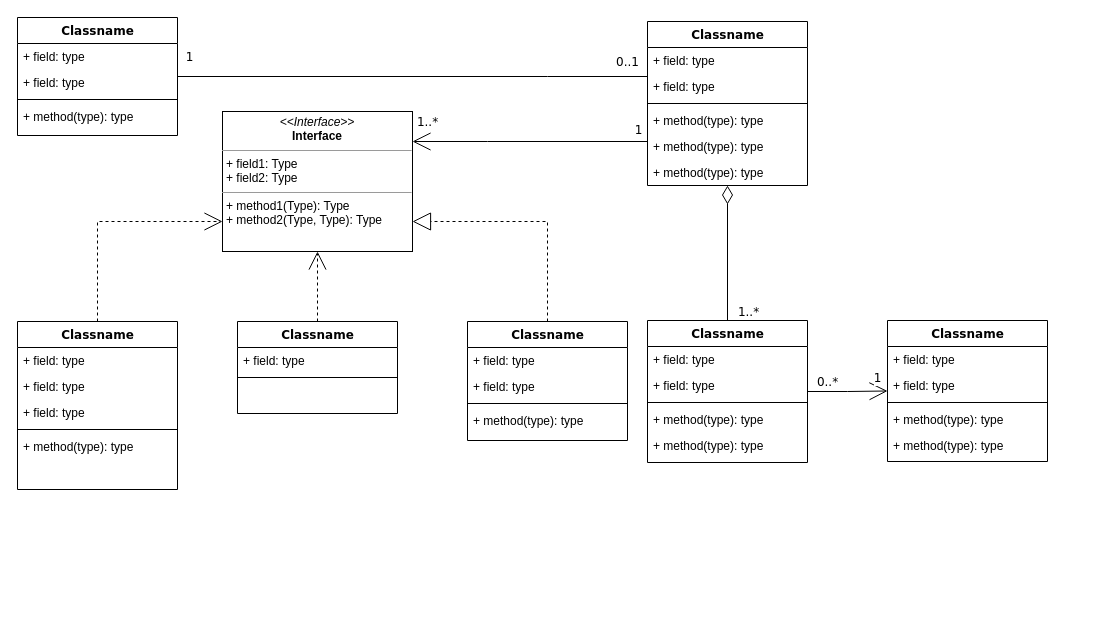
Earlier version of the draw.io diagram InvoiceCon_DC.drawio (fantinatto/draw.io). Source tidied: cells renumbered, new cells numbered last; positions are measured from the earlier drawing's top-left corner, leaving out a move shared by most shapes. Both pictures are drawn from the tidied source at 100%, with x=0, y=0 at pixel (17, 17).
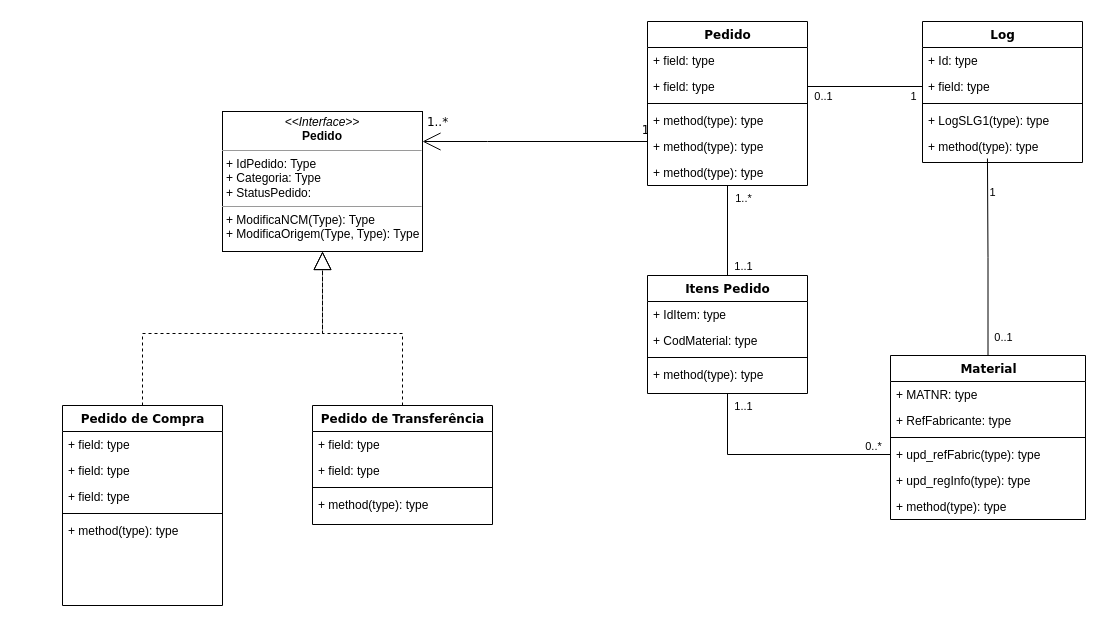
After the change.

The change refers to these unchanged cells:
```xml
<mxCell id="22" value="+ field: type" style="text;html=1;strokeColor=none;fillColor=none;align=left;verticalAlign=top;spacingLeft=4;spacingRight=4;whiteSpace=wrap;overflow=hidden;points=[[0,0.5],[1,0.5]];portConstraint=eastwest;" parent="20" vertex="1">
  <mxGeometry y="52" width="160" height="26" as="geometry" />
</mxCell>
```

Diff of the diagram source:
```diff
@@
-    <mxCell id="2" style="edgeStyle=orthogonalEdgeStyle;rounded=0;html=1;dashed=1;labelBackgroundColor=none;startArrow=none;startFill=0;startSize=8;endArrow=open;endFill=0;endSize=16;fontFamily=Verdana;fontSize=12;" parent="1" edge="1" source="3" target="54">
-      <mxGeometry relative="1" as="geometry">
-        <Array as="points">
-          <mxPoint x="80" y="204" />
-        </Array>
-      </mxGeometry>
+    <mxCell id="2" style="edgeStyle=orthogonalEdgeStyle;rounded=0;jettySize=auto;html=1;entryX=0.5;entryY=1;entryDx=0;entryDy=0;dashed=1;strokeColor=default;align=center;verticalAlign=middle;fontFamily=Verdana;fontSize=12;fontColor=default;labelBackgroundColor=none;startArrow=none;startFill=0;startSize=8;endArrow=block;endFill=0;endSize=16;" parent="1" edge="1" source="3" target="54">
+      <mxGeometry relative="1" as="geometry" />
     </mxCell>
-    <mxCell id="3" value="Classname" style="swimlane;html=1;fontStyle=1;align=center;verticalAlign=top;horizontal=1;startSize=26;swimlaneFillColor=#ffffff;rounded=0;shadow=0;comic=0;labelBackgroundColor=none;strokeWidth=1;fillColor=none;fontFamily=Verdana;fontSize=12;" parent="1" vertex="1">
-      <mxGeometry y="304" width="160" height="168" as="geometry" />
+    <mxCell id="3" value="Pedido de Compra" style="swimlane;html=1;fontStyle=1;align=center;verticalAlign=top;horizontal=1;startSize=26;swimlaneFillColor=#ffffff;rounded=0;shadow=0;comic=0;labelBackgroundColor=none;strokeWidth=1;fillColor=none;fontFamily=Verdana;fontSize=12;" parent="1" vertex="1">
+      <mxGeometry x="45" y="388" width="160" height="200" as="geometry" />
     </mxCell>
@@
+    <mxCell id="55" style="edgeStyle=orthogonalEdgeStyle;rounded=0;jettySize=auto;html=1;endArrow=none;endFill=0;" parent="1" edge="1" source="9" target="71">
+      <mxGeometry relative="1" as="geometry" />
+    </mxCell>
+    <mxCell id="56" value="1..1" style="edgeLabel;html=1;align=center;verticalAlign=middle;" parent="55" vertex="1">
+      <mxGeometry x="-0.88" relative="1" as="geometry">
+        <mxPoint x="15" y="-1" as="offset" />
+      </mxGeometry>
+    </mxCell>
+    <mxCell id="34" value="0..*" style="edgeLabel;html=1;align=center;verticalAlign=middle;" parent="55" vertex="1">
+      <mxGeometry x="0.84" y="1" relative="1" as="geometry">
+        <mxPoint y="-8" as="offset" />
+      </mxGeometry>
+    </mxCell>
-    <mxCell id="9" value="Classname" style="swimlane;html=1;fontStyle=1;align=center;verticalAlign=top;horizontal=1;startSize=26;swimlaneFillColor=#ffffff;rounded=0;shadow=0;comic=0;labelBackgroundColor=none;strokeWidth=1;fillColor=none;fontFamily=Verdana;fontSize=12;" parent="1" vertex="1">
-      <mxGeometry width="160" height="118" as="geometry" />
+    <mxCell id="9" value="Itens Pedido" style="swimlane;html=1;fontStyle=1;align=center;verticalAlign=top;horizontal=1;startSize=26;swimlaneFillColor=#ffffff;rounded=0;shadow=0;comic=0;labelBackgroundColor=none;strokeWidth=1;fillColor=none;fontFamily=Verdana;fontSize=12;" parent="1" vertex="1">
+      <mxGeometry x="630" y="258" width="160" height="118" as="geometry" />
     </mxCell>
-    <mxCell id="10" value="+ field: type" style="text;html=1;strokeColor=none;fillColor=none;align=left;verticalAlign=top;spacingLeft=4;spacingRight=4;whiteSpace=wrap;overflow=hidden;" parent="9" vertex="1">
+    <mxCell id="10" value="+ IdItem: type" style="text;html=1;strokeColor=none;fillColor=none;align=left;verticalAlign=top;spacingLeft=4;spacingRight=4;whiteSpace=wrap;overflow=hidden;" parent="9" vertex="1">
       <mxGeometry y="26" width="160" height="26" as="geometry" />
     </mxCell>
-    <mxCell id="11" value="+ field: type" style="text;html=1;strokeColor=none;fillColor=none;align=left;verticalAlign=top;spacingLeft=4;spacingRight=4;whiteSpace=wrap;overflow=hidden;" parent="9" vertex="1">
+    <mxCell id="11" value="+ CodMaterial: type" style="text;html=1;strokeColor=none;fillColor=none;align=left;verticalAlign=top;spacingLeft=4;spacingRight=4;whiteSpace=wrap;overflow=hidden;" parent="9" vertex="1">
       <mxGeometry y="52" width="160" height="26" as="geometry" />
     </mxCell>
@@
-    <mxCell id="17" style="edgeStyle=orthogonalEdgeStyle;rounded=0;html=1;labelBackgroundColor=none;startArrow=none;startFill=0;startSize=8;endArrow=none;endFill=0;endSize=16;fontFamily=Verdana;fontSize=12;" parent="1" edge="1" source="20" target="9">
-      <mxGeometry relative="1" as="geometry">
-        <Array as="points">
-          <mxPoint x="530" y="59" />
-          <mxPoint x="530" y="59" />
-        </Array>
-      </mxGeometry>
+    <mxCell id="17" style="edgeStyle=orthogonalEdgeStyle;rounded=0;jettySize=auto;html=1;endArrow=none;endFill=0;" parent="1" edge="1" source="20" target="9">
+      <mxGeometry relative="1" as="geometry" />
     </mxCell>
-    <mxCell id="18" value="0..1" style="text;html=1;align=center;verticalAlign=middle;labelBackgroundColor=#ffffff;fontSize=12;fontFamily=Verdana;" parent="17" vertex="1">
-      <mxGeometry x="-0.57" y="-86" relative="1" as="geometry">
-        <mxPoint x="80" y="71" as="offset" />
-      </mxGeometry>
-    </mxCell>
-    <mxCell id="19" value="1" style="text;html=1;align=center;verticalAlign=middle;labelBackgroundColor=#ffffff;fontSize=12;fontFamily=Verdana;" parent="17" vertex="1">
-      <mxGeometry x="0.89" y="-1" relative="1" as="geometry">
-        <mxPoint x="-15" y="-19" as="offset" />
-      </mxGeometry>
-    </mxCell>
+    <mxCell id="32" value="1..*" style="edgeLabel;html=1;align=center;verticalAlign=middle;" parent="17" vertex="1">
+      <mxGeometry x="-0.73" y="3" relative="1" as="geometry">
+        <mxPoint x="12" as="offset" />
+      </mxGeometry>
+    </mxCell>
+    <mxCell id="57" value="1..1" style="edgeLabel;html=1;align=center;verticalAlign=middle;" parent="17" vertex="1">
+      <mxGeometry x="0.62" y="2" relative="1" as="geometry">
+        <mxPoint x="13" y="7" as="offset" />
+      </mxGeometry>
+    </mxCell>
-    <mxCell id="20" value="Classname" style="swimlane;html=1;fontStyle=1;align=center;verticalAlign=top;horizontal=1;startSize=26;swimlaneFillColor=#ffffff;rounded=0;shadow=0;comic=0;labelBackgroundColor=none;strokeWidth=1;fillColor=none;fontFamily=Verdana;fontSize=12;" parent="1" vertex="1">
+    <mxCell id="20" value="Pedido" style="swimlane;html=1;fontStyle=1;align=center;verticalAlign=top;horizontal=1;startSize=26;swimlaneFillColor=#ffffff;rounded=0;shadow=0;comic=0;labelBackgroundColor=none;strokeWidth=1;fillColor=none;fontFamily=Verdana;fontSize=12;" parent="1" vertex="1">
       <mxGeometry x="630" y="4" width="160" height="164" as="geometry" />
     </mxCell>
@@
-    <mxCell id="27" style="edgeStyle=orthogonalEdgeStyle;rounded=0;html=1;dashed=1;labelBackgroundColor=none;startArrow=none;startFill=0;startSize=8;endArrow=open;endFill=0;endSize=16;fontFamily=Verdana;fontSize=12;" parent="1" edge="1" source="28" target="54">
-      <mxGeometry relative="1" as="geometry" />
-    </mxCell>
-    <mxCell id="28" value="Classname" style="swimlane;html=1;fontStyle=1;align=center;verticalAlign=top;horizontal=1;startSize=26;swimlaneFillColor=#ffffff;rounded=0;shadow=0;comic=0;labelBackgroundColor=none;strokeWidth=1;fillColor=none;fontFamily=Verdana;fontSize=12;" parent="1" vertex="1">
-      <mxGeometry x="220" y="304" width="160" height="92" as="geometry" />
-    </mxCell>
-    <mxCell id="29" value="+ field: type" style="text;html=1;strokeColor=none;fillColor=none;align=left;verticalAlign=top;spacingLeft=4;spacingRight=4;whiteSpace=wrap;overflow=hidden;" parent="28" vertex="1">
-      <mxGeometry y="26" width="160" height="26" as="geometry" />
-    </mxCell>
-    <mxCell id="30" style="line;html=1;strokeWidth=1;fillColor=none;align=left;verticalAlign=middle;spacingTop=-1;spacingLeft=3;spacingRight=3;labelPosition=right;" parent="28" vertex="1">
-      <mxGeometry y="52" width="160" height="8" as="geometry" />
-    </mxCell>
-    <mxCell id="31" style="edgeStyle=orthogonalEdgeStyle;rounded=0;html=1;labelBackgroundColor=none;startArrow=none;startFill=0;startSize=8;endArrow=diamondThin;endFill=0;endSize=16;fontFamily=Verdana;fontSize=12;" parent="1" edge="1" source="36" target="20">
-      <mxGeometry relative="1" as="geometry" />
-    </mxCell>
-    <mxCell id="32" value="1..*" style="text;html=1;align=center;verticalAlign=middle;labelBackgroundColor=#ffffff;fontSize=12;fontFamily=Verdana;" parent="31" vertex="1">
-      <mxGeometry x="-0.85" y="-1" relative="1" as="geometry">
-        <mxPoint x="19" y="1" as="offset" />
-      </mxGeometry>
-    </mxCell>
-    <mxCell id="33" style="edgeStyle=orthogonalEdgeStyle;rounded=0;html=1;labelBackgroundColor=none;startArrow=none;startFill=0;startSize=8;endArrow=open;endFill=0;endSize=16;fontFamily=Verdana;fontSize=12;" parent="1" edge="1" source="36" target="42">
-      <mxGeometry relative="1" as="geometry" />
-    </mxCell>
-    <mxCell id="34" value="0..*" style="text;html=1;align=center;verticalAlign=middle;labelBackgroundColor=#ffffff;fontSize=12;fontFamily=Verdana;" parent="33" vertex="1">
-      <mxGeometry x="-0.79" relative="1" as="geometry">
-        <mxPoint x="11" y="-10" as="offset" />
-      </mxGeometry>
-    </mxCell>
-    <mxCell id="35" value="1" style="text;html=1;align=center;verticalAlign=middle;labelBackgroundColor=#ffffff;fontSize=12;fontFamily=Verdana;" parent="33" vertex="1">
-      <mxGeometry x="0.7" y="1" relative="1" as="geometry">
-        <mxPoint x="2" y="-12" as="offset" />
-      </mxGeometry>
-    </mxCell>
-    <mxCell id="36" value="Classname" style="swimlane;html=1;fontStyle=1;align=center;verticalAlign=top;horizontal=1;startSize=26;swimlaneFillColor=#ffffff;rounded=0;shadow=0;comic=0;labelBackgroundColor=none;strokeWidth=1;fillColor=none;fontFamily=Verdana;fontSize=12;" parent="1" vertex="1">
-      <mxGeometry x="630" y="303" width="160" height="142" as="geometry" />
-    </mxCell>
-    <mxCell id="37" value="+ field: type" style="text;html=1;strokeColor=none;fillColor=none;align=left;verticalAlign=top;spacingLeft=4;spacingRight=4;whiteSpace=wrap;overflow=hidden;" parent="36" vertex="1">
-      <mxGeometry y="26" width="160" height="26" as="geometry" />
-    </mxCell>
-    <mxCell id="38" value="+ field: type" style="text;html=1;strokeColor=none;fillColor=none;align=left;verticalAlign=top;spacingLeft=4;spacingRight=4;whiteSpace=wrap;overflow=hidden;" parent="36" vertex="1">
-      <mxGeometry y="52" width="160" height="26" as="geometry" />
-    </mxCell>
-    <mxCell id="39" style="line;html=1;strokeWidth=1;fillColor=none;align=left;verticalAlign=middle;spacingTop=-1;spacingLeft=3;spacingRight=3;labelPosition=right;" parent="36" vertex="1">
-      <mxGeometry y="78" width="160" height="8" as="geometry" />
-    </mxCell>
-    <mxCell id="40" value="+ method(type): type" style="text;html=1;strokeColor=none;fillColor=none;align=left;verticalAlign=top;spacingLeft=4;spacingRight=4;whiteSpace=wrap;overflow=hidden;" parent="36" vertex="1">
-      <mxGeometry y="86" width="160" height="26" as="geometry" />
-    </mxCell>
-    <mxCell id="41" value="+ method(type): type" style="text;html=1;strokeColor=none;fillColor=none;align=left;verticalAlign=top;spacingLeft=4;spacingRight=4;whiteSpace=wrap;overflow=hidden;" parent="36" vertex="1">
-      <mxGeometry y="112" width="160" height="26" as="geometry" />
-    </mxCell>
-    <mxCell id="42" value="Classname" style="swimlane;html=1;fontStyle=1;align=center;verticalAlign=top;horizontal=1;startSize=26;swimlaneFillColor=#ffffff;rounded=0;shadow=0;comic=0;labelBackgroundColor=none;strokeWidth=1;fillColor=none;fontFamily=Verdana;fontSize=12;" parent="1" vertex="1">
-      <mxGeometry x="870" y="303" width="160" height="141" as="geometry" />
-    </mxCell>
-    <mxCell id="43" value="+ field: type" style="text;html=1;strokeColor=none;fillColor=none;align=left;verticalAlign=top;spacingLeft=4;spacingRight=4;whiteSpace=wrap;overflow=hidden;" parent="42" vertex="1">
-      <mxGeometry y="26" width="160" height="26" as="geometry" />
-    </mxCell>
-    <mxCell id="44" value="+ field: type" style="text;html=1;strokeColor=none;fillColor=none;align=left;verticalAlign=top;spacingLeft=4;spacingRight=4;whiteSpace=wrap;overflow=hidden;" parent="42" vertex="1">
-      <mxGeometry y="52" width="160" height="26" as="geometry" />
-    </mxCell>
-    <mxCell id="45" style="line;html=1;strokeWidth=1;fillColor=none;align=left;verticalAlign=middle;spacingTop=-1;spacingLeft=3;spacingRight=3;labelPosition=right;" parent="42" vertex="1">
-      <mxGeometry y="78" width="160" height="8" as="geometry" />
-    </mxCell>
-    <mxCell id="46" value="+ method(type): type" style="text;html=1;strokeColor=none;fillColor=none;align=left;verticalAlign=top;spacingLeft=4;spacingRight=4;whiteSpace=wrap;overflow=hidden;" parent="42" vertex="1">
-      <mxGeometry y="86" width="160" height="26" as="geometry" />
-    </mxCell>
-    <mxCell id="47" value="+ method(type): type" style="text;html=1;strokeColor=none;fillColor=none;align=left;verticalAlign=top;spacingLeft=4;spacingRight=4;whiteSpace=wrap;overflow=hidden;" parent="42" vertex="1">
-      <mxGeometry y="112" width="160" height="26" as="geometry" />
-    </mxCell>
-    <mxCell id="48" style="edgeStyle=orthogonalEdgeStyle;rounded=0;html=1;dashed=1;labelBackgroundColor=none;startArrow=none;startFill=0;startSize=8;endArrow=block;endFill=0;endSize=16;fontFamily=Verdana;fontSize=12;" parent="1" edge="1" source="49" target="54">
-      <mxGeometry relative="1" as="geometry">
-        <Array as="points">
-          <mxPoint x="530" y="204" />
-        </Array>
-      </mxGeometry>
+    <mxCell id="48" style="edgeStyle=orthogonalEdgeStyle;rounded=0;jettySize=auto;html=1;entryX=0.5;entryY=1;entryDx=0;entryDy=0;dashed=1;strokeColor=default;align=center;verticalAlign=middle;fontFamily=Verdana;fontSize=12;fontColor=default;labelBackgroundColor=none;startArrow=none;startFill=0;startSize=8;endArrow=block;endFill=0;endSize=16;" parent="1" edge="1" source="49" target="54">
+      <mxGeometry relative="1" as="geometry" />
     </mxCell>
-    <mxCell id="49" value="Classname" style="swimlane;html=1;fontStyle=1;align=center;verticalAlign=top;horizontal=1;startSize=26;swimlaneFillColor=#ffffff;rounded=0;shadow=0;comic=0;labelBackgroundColor=none;strokeWidth=1;fillColor=none;fontFamily=Verdana;fontSize=12;" parent="1" vertex="1">
-      <mxGeometry x="450" y="304" width="160" height="119" as="geometry" />
+    <mxCell id="49" value="Pedido de Transferência" style="swimlane;html=1;fontStyle=1;align=center;verticalAlign=top;horizontal=1;startSize=26;swimlaneFillColor=#ffffff;rounded=0;shadow=0;comic=0;labelBackgroundColor=none;strokeWidth=1;fillColor=none;fontFamily=Verdana;fontSize=12;" parent="1" vertex="1">
+      <mxGeometry x="295" y="388" width="180" height="119" as="geometry" />
     </mxCell>
     <mxCell id="50" value="+ field: type" style="text;html=1;strokeColor=none;fillColor=none;align=left;verticalAlign=top;spacingLeft=4;spacingRight=4;whiteSpace=wrap;overflow=hidden;" parent="49" vertex="1">
-      <mxGeometry y="26" width="160" height="26" as="geometry" />
+      <mxGeometry y="26" width="180" height="26" as="geometry" />
     </mxCell>
     <mxCell id="51" value="+ field: type" style="text;html=1;strokeColor=none;fillColor=none;align=left;verticalAlign=top;spacingLeft=4;spacingRight=4;whiteSpace=wrap;overflow=hidden;" parent="49" vertex="1">
-      <mxGeometry y="52" width="160" height="26" as="geometry" />
+      <mxGeometry y="52" width="180" height="26" as="geometry" />
     </mxCell>
     <mxCell id="52" style="line;html=1;strokeWidth=1;fillColor=none;align=left;verticalAlign=middle;spacingTop=-1;spacingLeft=3;spacingRight=3;labelPosition=right;" parent="49" vertex="1">
-      <mxGeometry y="78" width="160" height="8" as="geometry" />
+      <mxGeometry y="78" width="180" height="8" as="geometry" />
     </mxCell>
     <mxCell id="53" value="+ method(type): type" style="text;html=1;strokeColor=none;fillColor=none;align=left;verticalAlign=top;spacingLeft=4;spacingRight=4;whiteSpace=wrap;overflow=hidden;" parent="49" vertex="1">
-      <mxGeometry y="86" width="160" height="26" as="geometry" />
+      <mxGeometry y="86" width="180" height="26" as="geometry" />
     </mxCell>
-    <mxCell id="54" value="&lt;p style=&quot;margin:0px;margin-top:4px;text-align:center;&quot;&gt;&lt;i&gt;&amp;lt;&amp;lt;Interface&amp;gt;&amp;gt;&lt;/i&gt;&lt;br/&gt;&lt;b&gt;Interface&lt;/b&gt;&lt;/p&gt;&lt;hr size=&quot;1&quot;/&gt;&lt;p style=&quot;margin:0px;margin-left:4px;&quot;&gt;+ field1: Type&lt;br/&gt;+ field2: Type&lt;/p&gt;&lt;hr size=&quot;1&quot;/&gt;&lt;p style=&quot;margin:0px;margin-left:4px;&quot;&gt;+ method1(Type): Type&lt;br/&gt;+ method2(Type, Type): Type&lt;/p&gt;" style="verticalAlign=top;align=left;overflow=fill;fontSize=12;fontFamily=Helvetica;html=1;rounded=0;shadow=0;comic=0;labelBackgroundColor=none;strokeWidth=1;" parent="1" vertex="1">
-      <mxGeometry x="205" y="94" width="190" height="140" as="geometry" />
+    <mxCell id="54" value="&lt;p style=&quot;margin:0px;margin-top:4px;text-align:center;&quot;&gt;&lt;i&gt;&amp;lt;&amp;lt;Interface&amp;gt;&amp;gt;&lt;/i&gt;&lt;br&gt;&lt;b&gt;Pedido&lt;/b&gt;&lt;/p&gt;&lt;hr size=&quot;1&quot;&gt;&lt;p style=&quot;margin:0px;margin-left:4px;&quot;&gt;+ IdPedido: Type&lt;br&gt;+ Categoria: Type&lt;/p&gt;&lt;p style=&quot;margin:0px;margin-left:4px;&quot;&gt;+ StatusPedido:&amp;nbsp;&lt;/p&gt;&lt;hr size=&quot;1&quot;&gt;&lt;p style=&quot;margin:0px;margin-left:4px;&quot;&gt;+ ModificaNCM(Type): Type&lt;br&gt;+ ModificaOrigem(Type, Type): Type&lt;/p&gt;" style="verticalAlign=top;align=left;overflow=fill;fontSize=12;fontFamily=Helvetica;html=1;rounded=0;shadow=0;comic=0;labelBackgroundColor=none;strokeWidth=1;" parent="1" vertex="1">
+      <mxGeometry x="205" y="94" width="200" height="140" as="geometry" />
     </mxCell>
+    <mxCell id="58" value="Log" style="swimlane;html=1;fontStyle=1;align=center;verticalAlign=top;horizontal=1;startSize=26;swimlaneFillColor=#ffffff;rounded=0;shadow=0;comic=0;labelBackgroundColor=none;strokeWidth=1;fillColor=none;fontFamily=Verdana;fontSize=12;" parent="1" vertex="1">
+      <mxGeometry x="905" y="4" width="160" height="141" as="geometry" />
+    </mxCell>
+    <mxCell id="59" value="+ Id: type" style="text;html=1;strokeColor=none;fillColor=none;align=left;verticalAlign=top;spacingLeft=4;spacingRight=4;whiteSpace=wrap;overflow=hidden;" parent="58" vertex="1">
+      <mxGeometry y="26" width="160" height="26" as="geometry" />
+    </mxCell>
+    <mxCell id="60" value="+ field: type" style="text;html=1;strokeColor=none;fillColor=none;align=left;verticalAlign=top;spacingLeft=4;spacingRight=4;whiteSpace=wrap;overflow=hidden;points=[[0,0.5],[1,0.5]];portConstraint=eastwest;" parent="58" vertex="1">
+      <mxGeometry y="52" width="160" height="26" as="geometry" />
+    </mxCell>
+    <mxCell id="61" style="line;html=1;strokeWidth=1;fillColor=none;align=left;verticalAlign=middle;spacingTop=-1;spacingLeft=3;spacingRight=3;labelPosition=right;" parent="58" vertex="1">
+      <mxGeometry y="78" width="160" height="8" as="geometry" />
+    </mxCell>
+    <mxCell id="62" value="+ LogSLG1(type): type" style="text;html=1;strokeColor=none;fillColor=none;align=left;verticalAlign=top;spacingLeft=4;spacingRight=4;whiteSpace=wrap;overflow=hidden;" parent="58" vertex="1">
+      <mxGeometry y="86" width="160" height="26" as="geometry" />
+    </mxCell>
+    <mxCell id="63" value="+ method(type): type" style="text;html=1;strokeColor=none;fillColor=none;align=left;verticalAlign=top;spacingLeft=4;spacingRight=4;whiteSpace=wrap;overflow=hidden;points=[[0,0.5],[1,0.5]];portConstraint=eastwest;" parent="58" vertex="1">
+      <mxGeometry y="112" width="160" height="26" as="geometry" />
+    </mxCell>
+    <mxCell id="64" style="edgeStyle=orthogonalEdgeStyle;rounded=0;jettySize=auto;html=1;endArrow=none;endFill=0;" parent="1" edge="1" source="22" target="60">
+      <mxGeometry relative="1" as="geometry" />
+    </mxCell>
+    <mxCell id="65" value="0..1" style="edgeLabel;html=1;align=center;verticalAlign=middle;" parent="64" vertex="1">
+      <mxGeometry x="-0.15" y="2" relative="1" as="geometry">
+        <mxPoint x="-34" y="11" as="offset" />
+      </mxGeometry>
+    </mxCell>
+    <mxCell id="66" value="1" style="edgeLabel;html=1;align=center;verticalAlign=middle;" parent="64" vertex="1">
+      <mxGeometry x="0.48" y="1" relative="1" as="geometry">
+        <mxPoint x="20" y="10" as="offset" />
+      </mxGeometry>
+    </mxCell>
+    <mxCell id="67" value="Material" style="swimlane;html=1;fontStyle=1;align=center;verticalAlign=top;horizontal=1;startSize=26;swimlaneFillColor=#ffffff;rounded=0;shadow=0;comic=0;labelBackgroundColor=none;strokeWidth=1;fillColor=none;fontFamily=Verdana;fontSize=12;" parent="1" vertex="1">
+      <mxGeometry x="873" y="338" width="195" height="164" as="geometry" />
+    </mxCell>
+    <mxCell id="68" value="+ MATNR: type" style="text;html=1;strokeColor=none;fillColor=none;align=left;verticalAlign=top;spacingLeft=4;spacingRight=4;whiteSpace=wrap;overflow=hidden;" parent="67" vertex="1">
+      <mxGeometry y="26" width="195" height="26" as="geometry" />
+    </mxCell>
+    <mxCell id="69" value="+ RefFabricante: type" style="text;html=1;strokeColor=none;fillColor=none;align=left;verticalAlign=top;spacingLeft=4;spacingRight=4;whiteSpace=wrap;overflow=hidden;" parent="67" vertex="1">
+      <mxGeometry y="52" width="195" height="26" as="geometry" />
+    </mxCell>
+    <mxCell id="70" style="line;html=1;strokeWidth=1;fillColor=none;align=left;verticalAlign=middle;spacingTop=-1;spacingLeft=3;spacingRight=3;labelPosition=right;" parent="67" vertex="1">
+      <mxGeometry y="78" width="195" height="8" as="geometry" />
+    </mxCell>
+    <mxCell id="71" value="+ upd_refFabric(type): type" style="text;html=1;strokeColor=none;fillColor=none;align=left;verticalAlign=top;spacingLeft=4;spacingRight=4;whiteSpace=wrap;overflow=hidden;points=[[0,0.5],[1,0.5]];portConstraint=eastwest;" parent="67" vertex="1">
+      <mxGeometry y="86" width="195" height="26" as="geometry" />
+    </mxCell>
+    <mxCell id="72" value="+ upd_regInfo(type): type" style="text;html=1;strokeColor=none;fillColor=none;align=left;verticalAlign=top;spacingLeft=4;spacingRight=4;whiteSpace=wrap;overflow=hidden;" parent="67" vertex="1">
+      <mxGeometry y="112" width="195" height="26" as="geometry" />
+    </mxCell>
+    <mxCell id="73" value="+ method(type): type" style="text;html=1;strokeColor=none;fillColor=none;align=left;verticalAlign=top;spacingLeft=4;spacingRight=4;whiteSpace=wrap;overflow=hidden;" parent="67" vertex="1">
+      <mxGeometry y="138" width="195" height="26" as="geometry" />
+    </mxCell>
+    <mxCell id="74" style="edgeStyle=orthogonalEdgeStyle;rounded=0;jettySize=auto;html=1;entryX=0.406;entryY=0.962;entryDx=0;entryDy=0;entryPerimeter=0;endArrow=none;endFill=0;" parent="1" edge="1" source="67" target="63">
+      <mxGeometry relative="1" as="geometry" />
+    </mxCell>
+    <mxCell id="75" value="1" style="edgeLabel;html=1;align=center;verticalAlign=middle;" parent="74" vertex="1">
+      <mxGeometry x="0.57" relative="1" as="geometry">
+        <mxPoint x="5" y="-9" as="offset" />
+      </mxGeometry>
+    </mxCell>
+    <mxCell id="76" value="0..1" style="edgeLabel;html=1;align=center;verticalAlign=middle;" parent="74" vertex="1">
+      <mxGeometry x="-0.81" y="-1" relative="1" as="geometry">
+        <mxPoint x="14" as="offset" />
+      </mxGeometry>
+    </mxCell>
```
